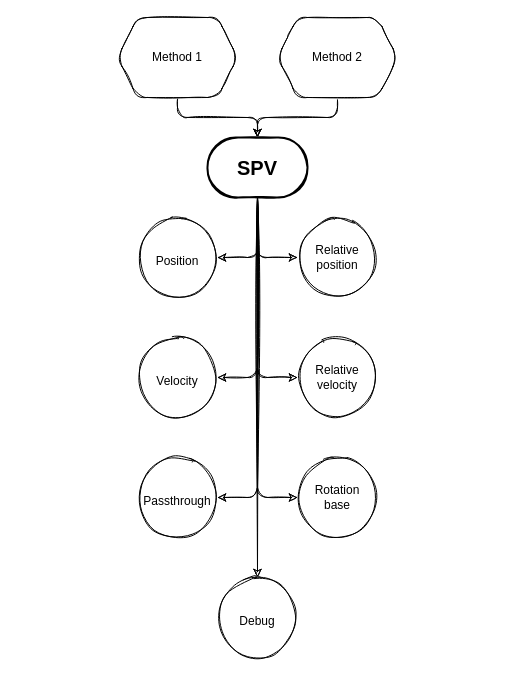
The draw.io diagram Untitled Diagram_2.drawio in AlbinSjoegren/SPV, before the edit. Source tidied: cells renumbered, new cells numbered last; positions are measured from the earlier drawing's top-left corner, leaving out a move shared by most shapes. Both pictures are drawn from the tidied source at 100%, with x=0, y=0 at pixel (117, 17).
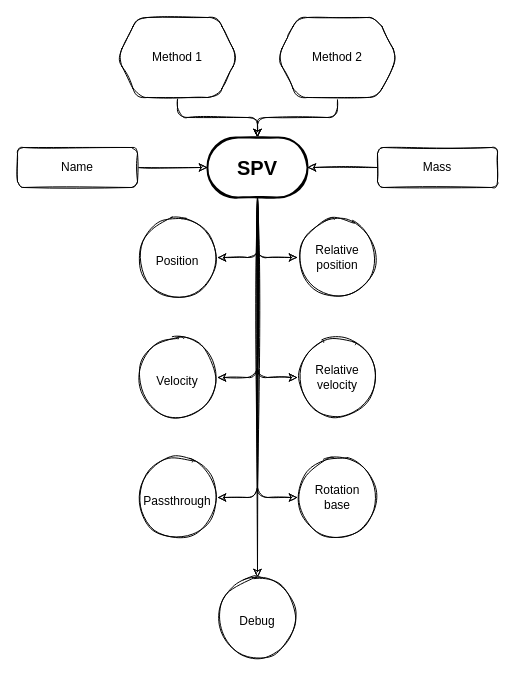
After the change.

Unchanged cells that the change refers to:
```xml
<mxCell id="13" value="&lt;b&gt;&lt;font style=&quot;font-size: 20px&quot;&gt;SPV&lt;/font&gt;&lt;/b&gt;" style="strokeWidth=2;html=1;shape=mxgraph.flowchart.terminator;whiteSpace=wrap;rounded=1;sketch=1;" parent="1" vertex="1">
  <mxGeometry x="90" y="120" width="100" height="60" as="geometry" />
</mxCell>
```

What changed in the source:
```diff
@@
+    <mxCell id="21" style="edgeStyle=orthogonalEdgeStyle;rounded=1;sketch=1;jettySize=auto;html=1;entryX=0;entryY=0.5;entryDx=0;entryDy=0;entryPerimeter=0;fontSize=12;" parent="1" edge="1" source="22" target="13">
+      <mxGeometry relative="1" as="geometry" />
+    </mxCell>
+    <mxCell id="22" value="Name" style="rounded=1;whiteSpace=wrap;html=1;sketch=1;" parent="1" vertex="1">
+      <mxGeometry x="-100" y="130" width="120" height="40" as="geometry" />
+    </mxCell>
+    <mxCell id="23" style="edgeStyle=orthogonalEdgeStyle;rounded=1;sketch=1;jettySize=auto;html=1;entryX=1;entryY=0.5;entryDx=0;entryDy=0;entryPerimeter=0;fontSize=12;" parent="1" edge="1" source="24" target="13">
+      <mxGeometry relative="1" as="geometry" />
+    </mxCell>
+    <mxCell id="24" value="Mass" style="rounded=1;whiteSpace=wrap;html=1;sketch=1;" parent="1" vertex="1">
+      <mxGeometry x="260" y="130" width="120" height="40" as="geometry" />
+    </mxCell>
```
